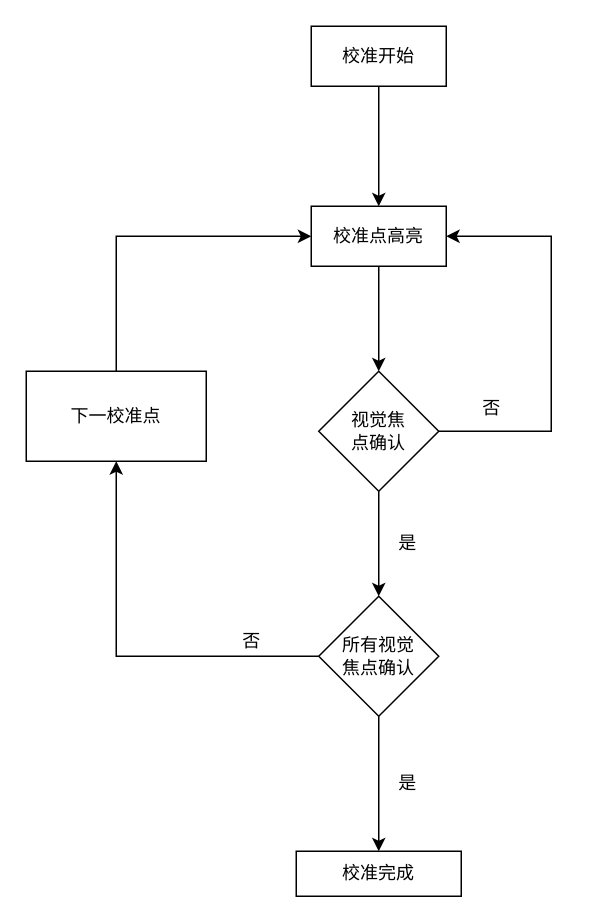
Before: FocusNavigation.drawio in jyrnan/Diagram, a draw.io diagram. Source tidied: cells renumbered, new cells numbered last; positions are measured from the earlier drawing's top-left corner, leaving out a move shared by most shapes. Both pictures are drawn from the tidied source at 150%, with x=0, y=0 at pixel (26, 26).
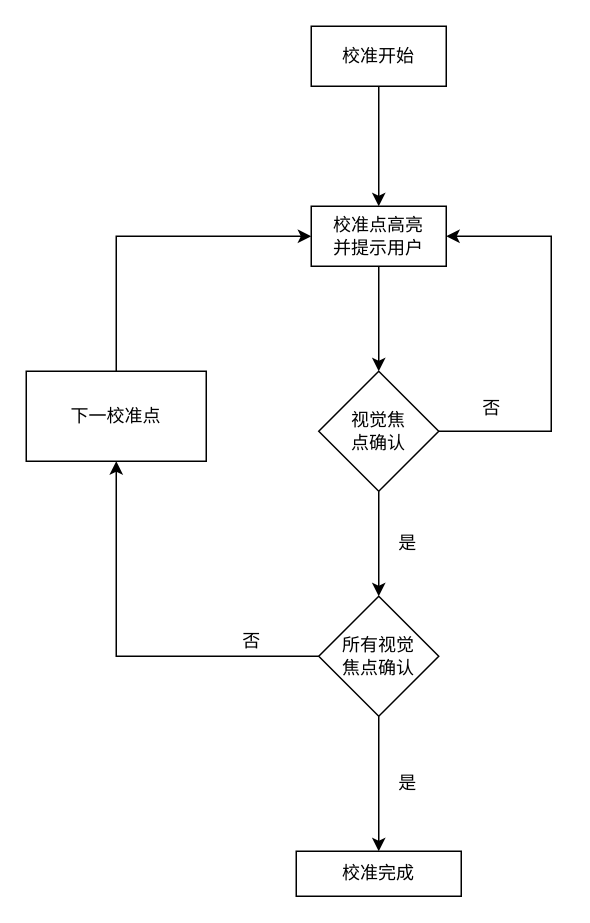
After the change.

What changed in the source:
```diff
@@
-    <mxCell id="5" value="校准点高亮" style="rounded=0;whiteSpace=wrap;html=1;" parent="1" vertex="1">
+    <mxCell id="5" value="校准点高亮&lt;br&gt;并提示用户" style="rounded=0;whiteSpace=wrap;html=1;" parent="1" vertex="1">
       <mxGeometry x="190" y="120" width="90" height="40" as="geometry" />
     </mxCell>
```
